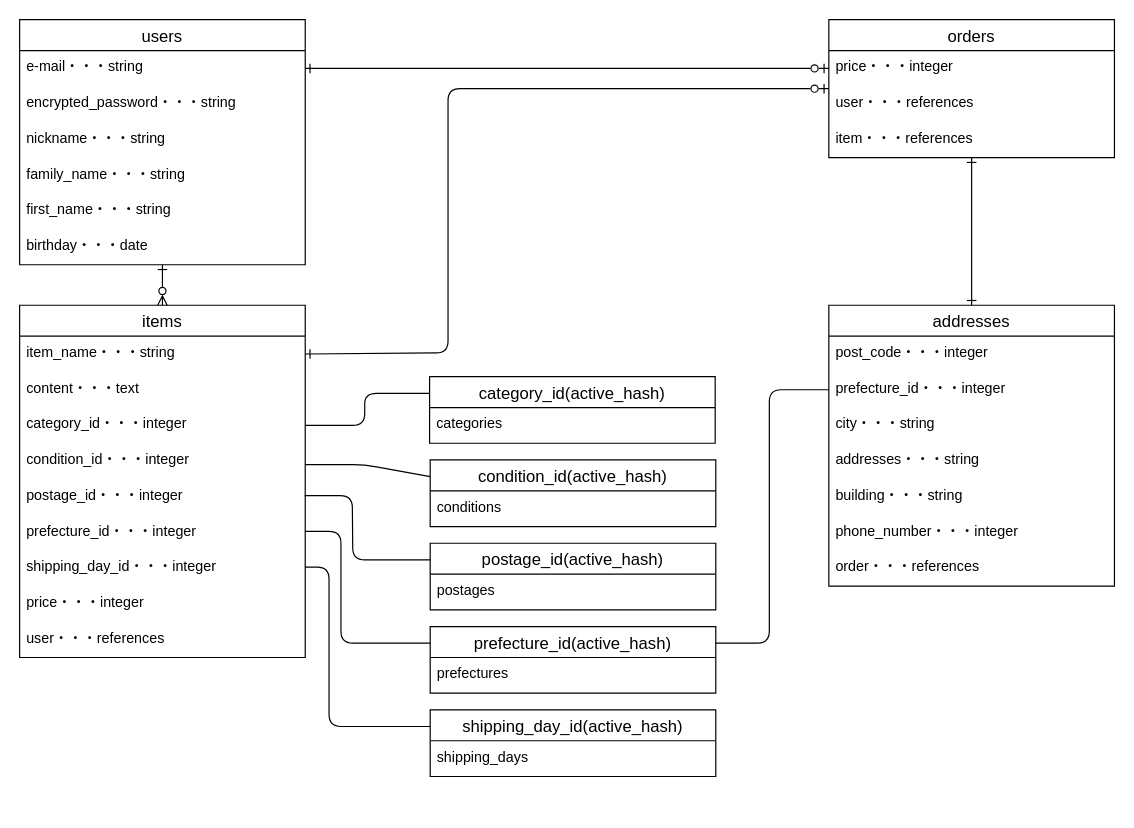
The draw.io diagram ER.dio in HinoShun/furima-38982, before the edit. Source tidied: cells renumbered, new cells numbered last; positions are measured from the earlier drawing's top-left corner, leaving out a move shared by most shapes. Both pictures are drawn from the tidied source at 119%, with x=0, y=0 at pixel (19, 19).
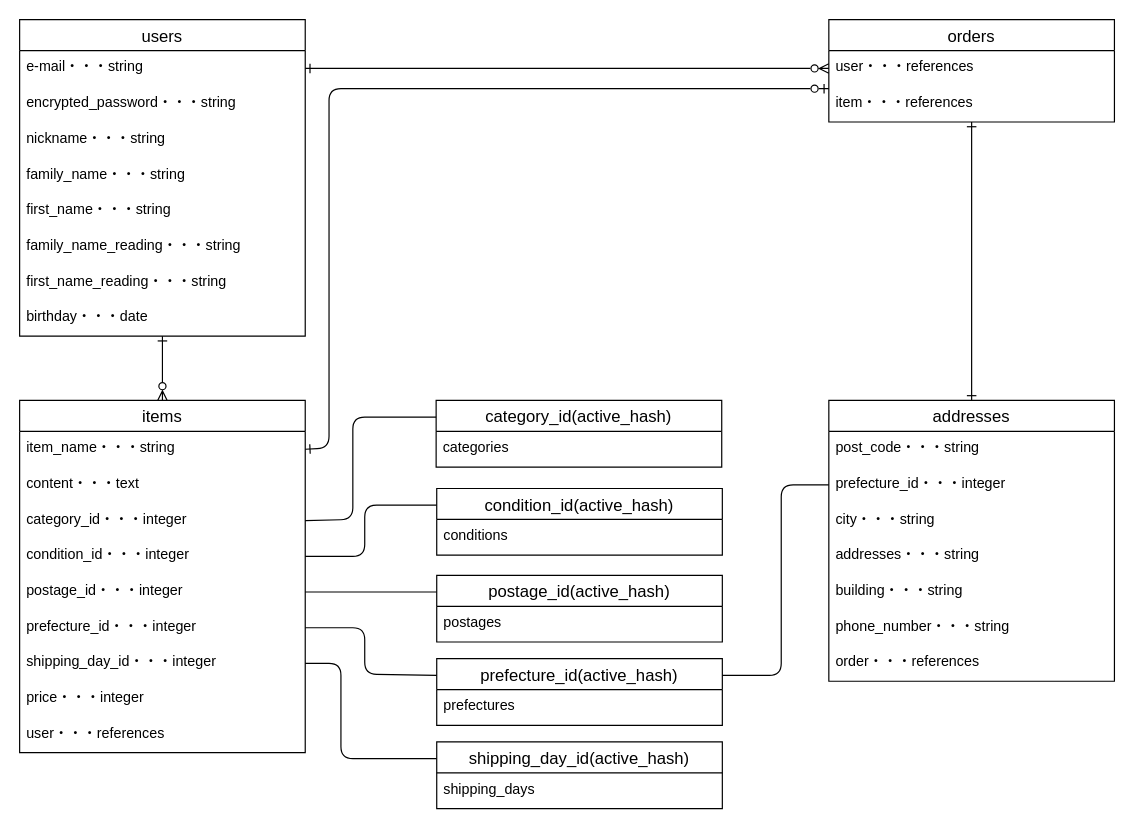
The same page after the edit.

Commit message (it also covers changes not shown here):
テーブル設計・ER図（ご指摘事項修正）

The change refers to these unchanged cells:
```xml
<mxCell id="3" value="e-mail・・・string" style="text;strokeColor=none;fillColor=none;spacingLeft=4;spacingRight=4;overflow=hidden;points=[[0,0.5],[1,0.5]];portConstraint=eastwest;fontSize=12;" parent="2" vertex="1">
  <mxGeometry y="26" width="240" height="30" as="geometry" />
</mxCell>
<mxCell id="10" value="item_name・・・string" style="text;strokeColor=none;fillColor=none;spacingLeft=4;spacingRight=4;overflow=hidden;points=[[0,0.5],[1,0.5]];portConstraint=eastwest;fontSize=12;" parent="9" vertex="1">
  <mxGeometry y="26" width="240" height="30" as="geometry" />
</mxCell>
<mxCell id="12" value="category_id・・・integer" style="text;strokeColor=none;fillColor=none;spacingLeft=4;spacingRight=4;overflow=hidden;points=[[0,0.5],[1,0.5]];portConstraint=eastwest;fontSize=12;" parent="9" vertex="1">
  <mxGeometry y="86" width="240" height="30" as="geometry" />
</mxCell>
<mxCell id="13" value="condition_id・・・integer" style="text;strokeColor=none;fillColor=none;spacingLeft=4;spacingRight=4;overflow=hidden;points=[[0,0.5],[1,0.5]];portConstraint=eastwest;fontSize=12;" parent="9" vertex="1">
  <mxGeometry y="116" width="240" height="30" as="geometry" />
</mxCell>
<mxCell id="14" value="postage_id・・・integer" style="text;strokeColor=none;fillColor=none;spacingLeft=4;spacingRight=4;overflow=hidden;points=[[0,0.5],[1,0.5]];portConstraint=eastwest;fontSize=12;" parent="9" vertex="1">
  <mxGeometry y="146" width="240" height="30" as="geometry" />
</mxCell>
<mxCell id="15" value="prefecture_id・・・integer" style="text;strokeColor=none;fillColor=none;spacingLeft=4;spacingRight=4;overflow=hidden;points=[[0,0.5],[1,0.5]];portConstraint=eastwest;fontSize=12;" parent="9" vertex="1">
  <mxGeometry y="176" width="240" height="30" as="geometry" />
</mxCell>
<mxCell id="16" value="shipping_day_id・・・integer" style="text;strokeColor=none;fillColor=none;spacingLeft=4;spacingRight=4;overflow=hidden;points=[[0,0.5],[1,0.5]];portConstraint=eastwest;fontSize=12;" parent="9" vertex="1">
  <mxGeometry y="206" width="240" height="30" as="geometry" />
</mxCell>
<mxCell id="35" value="prefecture_id・・・integer" style="text;strokeColor=none;fillColor=none;spacingLeft=4;spacingRight=4;overflow=hidden;points=[[0,0.5],[1,0.5]];portConstraint=eastwest;fontSize=12;" parent="33" vertex="1">
  <mxGeometry y="56" width="240" height="30" as="geometry" />
</mxCell>
```

The edit, as a diff of the source:
```diff
@@
     <mxCell id="2" value="users" style="swimlane;fontStyle=0;horizontal=1;startSize=26;align=center;fontSize=14;" parent="1" vertex="1">
-      <mxGeometry width="240" height="206" as="geometry" />
+      <mxGeometry width="240" height="266" as="geometry" />
     </mxCell>
@@
+    <mxCell id="51" value="family_name_reading・・・string" style="text;strokeColor=none;fillColor=none;spacingLeft=4;spacingRight=4;overflow=hidden;fontSize=12;" parent="2" vertex="1">
+      <mxGeometry y="176" width="240" height="30" as="geometry" />
+    </mxCell>
+    <mxCell id="52" value="first_name_reading・・・string" style="text;strokeColor=none;fillColor=none;spacingLeft=4;spacingRight=4;overflow=hidden;fontSize=12;" parent="2" vertex="1">
+      <mxGeometry y="206" width="240" height="30" as="geometry" />
+    </mxCell>
     <mxCell id="8" value="birthday・・・date" style="text;strokeColor=none;fillColor=none;spacingLeft=4;spacingRight=4;overflow=hidden;points=[[0,0.5],[1,0.5]];portConstraint=eastwest;fontSize=12;" parent="2" vertex="1">
-      <mxGeometry y="176" width="240" height="30" as="geometry" />
+      <mxGeometry y="236" width="240" height="30" as="geometry" />
     </mxCell>
     <mxCell id="9" value="items" style="swimlane;fontStyle=0;horizontal=1;startSize=26;align=center;fontSize=14;" parent="1" vertex="1">
-      <mxGeometry y="240" width="240" height="296" as="geometry" />
+      <mxGeometry y="320" width="240" height="296" as="geometry" />
     </mxCell>
@@
     <mxCell id="19" value="prefecture_id(active_hash)" style="swimlane;fontStyle=0;horizontal=1;startSize=26;align=center;fontSize=14;" parent="1" vertex="1">
-      <mxGeometry x="345" y="510" width="240" height="56" as="geometry" />
+      <mxGeometry x="350.5" y="537" width="240" height="56" as="geometry" />
     </mxCell>
@@
     <mxCell id="21" value="category_id(active_hash)" style="swimlane;fontStyle=0;horizontal=1;startSize=26;align=center;fontSize=14;" parent="1" vertex="1">
-      <mxGeometry x="344.5" y="300" width="240" height="56" as="geometry" />
+      <mxGeometry x="350" y="320" width="240" height="56" as="geometry" />
     </mxCell>
@@
     <mxCell id="23" value="condition_id(active_hash)" style="swimlane;fontStyle=0;horizontal=1;startSize=26;align=center;fontSize=14;" parent="1" vertex="1">
-      <mxGeometry x="345" y="370" width="240" height="56" as="geometry" />
+      <mxGeometry x="350.5" y="394" width="240" height="56" as="geometry" />
     </mxCell>
@@
     <mxCell id="25" value="shipping_day_id(active_hash)" style="swimlane;fontStyle=0;horizontal=1;startSize=26;align=center;fontSize=14;" parent="1" vertex="1">
-      <mxGeometry x="345" y="580" width="240" height="56" as="geometry" />
+      <mxGeometry x="350.5" y="607" width="240" height="56" as="geometry" />
     </mxCell>
@@
     <mxCell id="27" value="postage_id(active_hash)" style="swimlane;fontStyle=0;horizontal=1;startSize=26;align=center;fontSize=14;" parent="1" vertex="1">
-      <mxGeometry x="345" y="440" width="240" height="56" as="geometry" />
+      <mxGeometry x="350.5" y="467" width="240" height="56" as="geometry" />
     </mxCell>
@@
     <mxCell id="29" value="orders" style="swimlane;fontStyle=0;horizontal=1;startSize=26;align=center;fontSize=14;" parent="1" vertex="1">
-      <mxGeometry x="680" width="240" height="116" as="geometry" />
+      <mxGeometry x="680" width="240" height="86" as="geometry" />
     </mxCell>
-    <mxCell id="30" value="price・・・integer" style="text;strokeColor=none;fillColor=none;spacingLeft=4;spacingRight=4;overflow=hidden;points=[[0,0.5],[1,0.5]];portConstraint=eastwest;fontSize=12;" parent="29" vertex="1">
-      <mxGeometry y="26" width="240" height="30" as="geometry" />
-    </mxCell>
     <mxCell id="31" value="user・・・references" style="text;strokeColor=none;fillColor=none;spacingLeft=4;spacingRight=4;overflow=hidden;fontSize=12;" parent="29" vertex="1">
-      <mxGeometry y="56" width="240" height="30" as="geometry" />
+      <mxGeometry y="26" width="240" height="30" as="geometry" />
     </mxCell>
     <mxCell id="32" value="item・・・references" style="text;strokeColor=none;fillColor=none;spacingLeft=4;spacingRight=4;overflow=hidden;fontSize=12;" parent="29" vertex="1">
-      <mxGeometry y="86" width="240" height="30" as="geometry" />
+      <mxGeometry y="56" width="240" height="30" as="geometry" />
     </mxCell>
     <mxCell id="33" value="addresses" style="swimlane;fontStyle=0;horizontal=1;startSize=26;align=center;fontSize=14;" parent="1" vertex="1">
-      <mxGeometry x="680" y="240" width="240" height="236" as="geometry" />
+      <mxGeometry x="680" y="320" width="240" height="236" as="geometry" />
     </mxCell>
-    <mxCell id="34" value="post_code・・・integer" style="text;strokeColor=none;fillColor=none;spacingLeft=4;spacingRight=4;overflow=hidden;fontSize=12;" parent="33" vertex="1">
+    <mxCell id="34" value="post_code・・・string" style="text;strokeColor=none;fillColor=none;spacingLeft=4;spacingRight=4;overflow=hidden;fontSize=12;" parent="33" vertex="1">
       <mxGeometry y="26" width="240" height="30" as="geometry" />
     </mxCell>
@@
-    <mxCell id="39" value="phone_number・・・integer" style="text;strokeColor=none;fillColor=none;spacingLeft=4;spacingRight=4;overflow=hidden;fontSize=12;" parent="33" vertex="1">
+    <mxCell id="39" value="phone_number・・・string" style="text;strokeColor=none;fillColor=none;spacingLeft=4;spacingRight=4;overflow=hidden;fontSize=12;" parent="33" vertex="1">
       <mxGeometry y="176" width="240" height="30" as="geometry" />
     </mxCell>
@@
-    <mxCell id="41" style="edgeStyle=none;html=1;exitX=1;exitY=0.5;exitDx=0;exitDy=0;entryX=0;entryY=0.5;entryDx=0;entryDy=0;endArrow=ERzeroToOne;endFill=0;startArrow=ERone;startFill=0;" parent="1" edge="1" source="3" target="30">
-      <mxGeometry relative="1" as="geometry" />
+    <mxCell id="41" style="edgeStyle=none;html=1;exitX=1;exitY=0.5;exitDx=0;exitDy=0;entryX=0;entryY=0.5;entryDx=0;entryDy=0;endArrow=ERzeroToMany;endFill=0;startArrow=ERone;startFill=0;" parent="1" edge="1" source="3">
+      <mxGeometry relative="1" as="geometry">
+        <mxPoint x="680" y="41" as="targetPoint" />
+      </mxGeometry>
     </mxCell>
@@
     <mxCell id="44" style="edgeStyle=none;html=1;exitX=1;exitY=0.5;exitDx=0;exitDy=0;endArrow=ERzeroToOne;endFill=0;startArrow=ERone;startFill=0;" parent="1" edge="1" source="10">
       <mxGeometry relative="1" as="geometry">
         <mxPoint x="680" y="58" as="targetPoint" />
         <Array as="points">
-          <mxPoint x="360" y="280" />
+          <mxPoint x="260" y="360" />
+          <mxPoint x="260" y="280" />
+          <mxPoint x="260" y="58" />
           <mxPoint x="360" y="58" />
         </Array>
       </mxGeometry>
     </mxCell>
     <mxCell id="45" style="edgeStyle=none;html=1;exitX=1;exitY=0.5;exitDx=0;exitDy=0;entryX=0;entryY=0.25;entryDx=0;entryDy=0;startArrow=none;startFill=0;endArrow=none;endFill=0;" parent="1" edge="1" source="12" target="21">
       <mxGeometry relative="1" as="geometry">
         <Array as="points">
-          <mxPoint x="290" y="341" />
-          <mxPoint x="290" y="314" />
+          <mxPoint x="280" y="420" />
+          <mxPoint x="280" y="334" />
         </Array>
       </mxGeometry>
     </mxCell>
-    <mxCell id="46" style="edgeStyle=none;html=1;exitX=1;exitY=0.5;exitDx=0;exitDy=0;startArrow=none;startFill=0;endArrow=none;endFill=0;entryX=0;entryY=0.25;entryDx=0;entryDy=0;" parent="1" edge="1" target="23">
+    <mxCell id="46" style="edgeStyle=none;html=1;exitX=1;exitY=0.5;exitDx=0;exitDy=0;startArrow=none;startFill=0;endArrow=none;endFill=0;entryX=0;entryY=0.25;entryDx=0;entryDy=0;" parent="1" edge="1" source="13" target="23">
       <mxGeometry relative="1" as="geometry">
-        <mxPoint x="240" y="374" as="sourcePoint" />
         <Array as="points">
-          <mxPoint x="290" y="374" />
+          <mxPoint x="290" y="451" />
+          <mxPoint x="290" y="408" />
         </Array>
       </mxGeometry>
     </mxCell>
-    <mxCell id="47" style="edgeStyle=none;html=1;exitX=1;exitY=0.5;exitDx=0;exitDy=0;startArrow=none;startFill=0;endArrow=none;endFill=0;entryX=0;entryY=0.25;entryDx=0;entryDy=0;" parent="1" edge="1" target="27">
-      <mxGeometry relative="1" as="geometry">
-        <mxPoint x="239.5" y="400" as="sourcePoint" />
-        <Array as="points">
-          <mxPoint x="279.5" y="400" />
-          <mxPoint x="280" y="454" />
-        </Array>
-      </mxGeometry>
+    <mxCell id="47" style="edgeStyle=none;html=1;exitX=1;exitY=0.5;exitDx=0;exitDy=0;startArrow=none;startFill=0;endArrow=none;endFill=0;entryX=0;entryY=0.25;entryDx=0;entryDy=0;" parent="1" edge="1" source="14" target="27">
+      <mxGeometry relative="1" as="geometry" />
     </mxCell>
-    <mxCell id="48" style="edgeStyle=none;html=1;exitX=1;exitY=0.5;exitDx=0;exitDy=0;startArrow=none;startFill=0;endArrow=none;endFill=0;entryX=0;entryY=0.25;entryDx=0;entryDy=0;" parent="1" edge="1" target="19">
+    <mxCell id="48" style="edgeStyle=none;html=1;exitX=1;exitY=0.5;exitDx=0;exitDy=0;startArrow=none;startFill=0;endArrow=none;endFill=0;entryX=0;entryY=0.25;entryDx=0;entryDy=0;" parent="1" edge="1" source="15" target="19">
       <mxGeometry relative="1" as="geometry">
-        <mxPoint x="240" y="430" as="sourcePoint" />
         <Array as="points">
-          <mxPoint x="270" y="430" />
-          <mxPoint x="270" y="524" />
+          <mxPoint x="290" y="511" />
+          <mxPoint x="290" y="550" />
         </Array>
       </mxGeometry>
     </mxCell>
-    <mxCell id="49" style="edgeStyle=none;html=1;exitX=1;exitY=0.5;exitDx=0;exitDy=0;startArrow=none;startFill=0;endArrow=none;endFill=0;entryX=0;entryY=0.25;entryDx=0;entryDy=0;" parent="1" edge="1" target="25">
+    <mxCell id="49" style="edgeStyle=none;html=1;startArrow=none;startFill=0;endArrow=none;endFill=0;entryX=0;entryY=0.25;entryDx=0;entryDy=0;exitX=1;exitY=0.5;exitDx=0;exitDy=0;" parent="1" edge="1" source="16" target="25">
       <mxGeometry relative="1" as="geometry">
-        <mxPoint x="240" y="460" as="sourcePoint" />
         <Array as="points">
-          <mxPoint x="260" y="460" />
-          <mxPoint x="260" y="594" />
+          <mxPoint x="270" y="541" />
+          <mxPoint x="270" y="621" />
         </Array>
       </mxGeometry>
     </mxCell>
     <mxCell id="50" style="edgeStyle=none;html=1;exitX=1;exitY=0.25;exitDx=0;exitDy=0;startArrow=none;startFill=0;endArrow=none;endFill=0;entryX=0;entryY=0.5;entryDx=0;entryDy=0;" parent="1" edge="1" source="19" target="35">
       <mxGeometry relative="1" as="geometry">
         <Array as="points">
-          <mxPoint x="630" y="524" />
-          <mxPoint x="630" y="311" />
+          <mxPoint x="640" y="551" />
+          <mxPoint x="640" y="391" />
         </Array>
       </mxGeometry>
     </mxCell>
```
